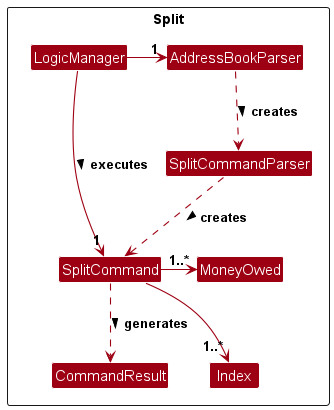
Earlier version of the PlantUML export docs/images/SplitClassDiagram.png (NewtonKoh/tp).
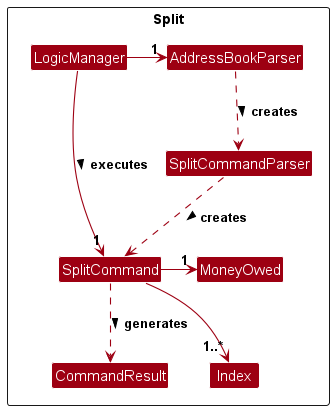
Above is the later version.

Commit message:
Change minor things for split command

Diff of the diagram source:
```diff
@@ -17,7 +17,7 @@
 LogicManager -down-> "1" SplitCommand : executes >
 LogicManager -right-> "1" AddressBookParser
 AddressBookParser ..> SplitCommandParser : creates >
-SplitCommand -right-> "1..*" MoneyOwed
+SplitCommand -right-> "1" MoneyOwed
 SplitCommandParser ..> SplitCommand : creates >
 SplitCommand -right-> "1..*" Index
 SplitCommand ..down> CommandResult : generates >
```
